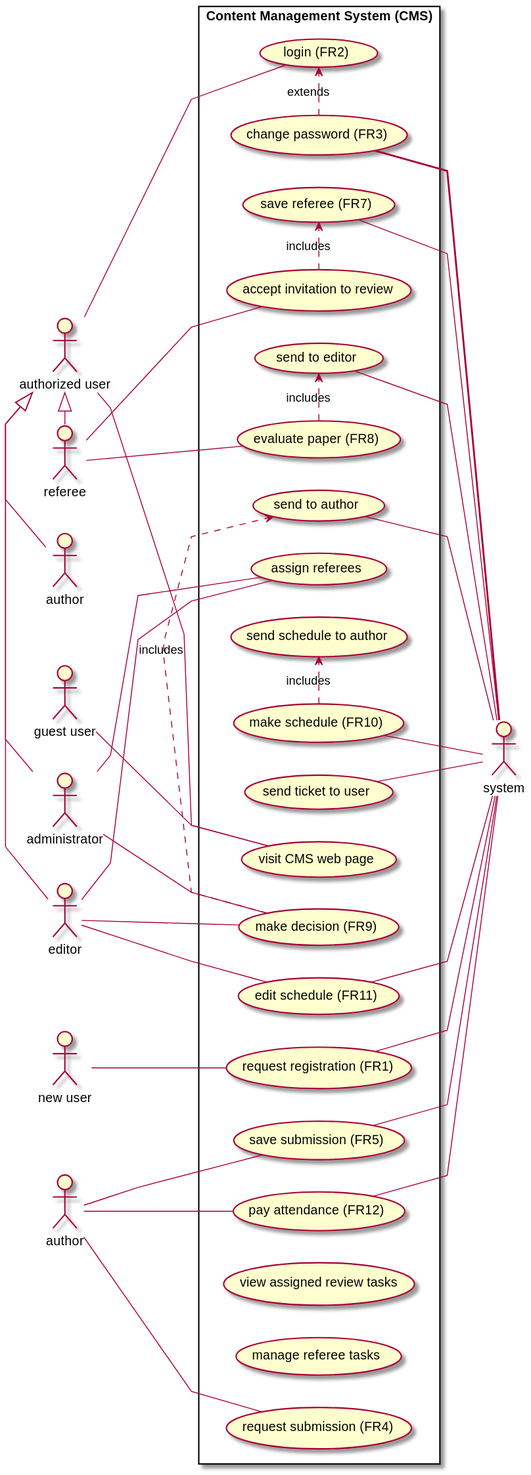
Above: lab/lab2/usecase.svg in Arunscape/ECE493 (PlantUML), before the change.
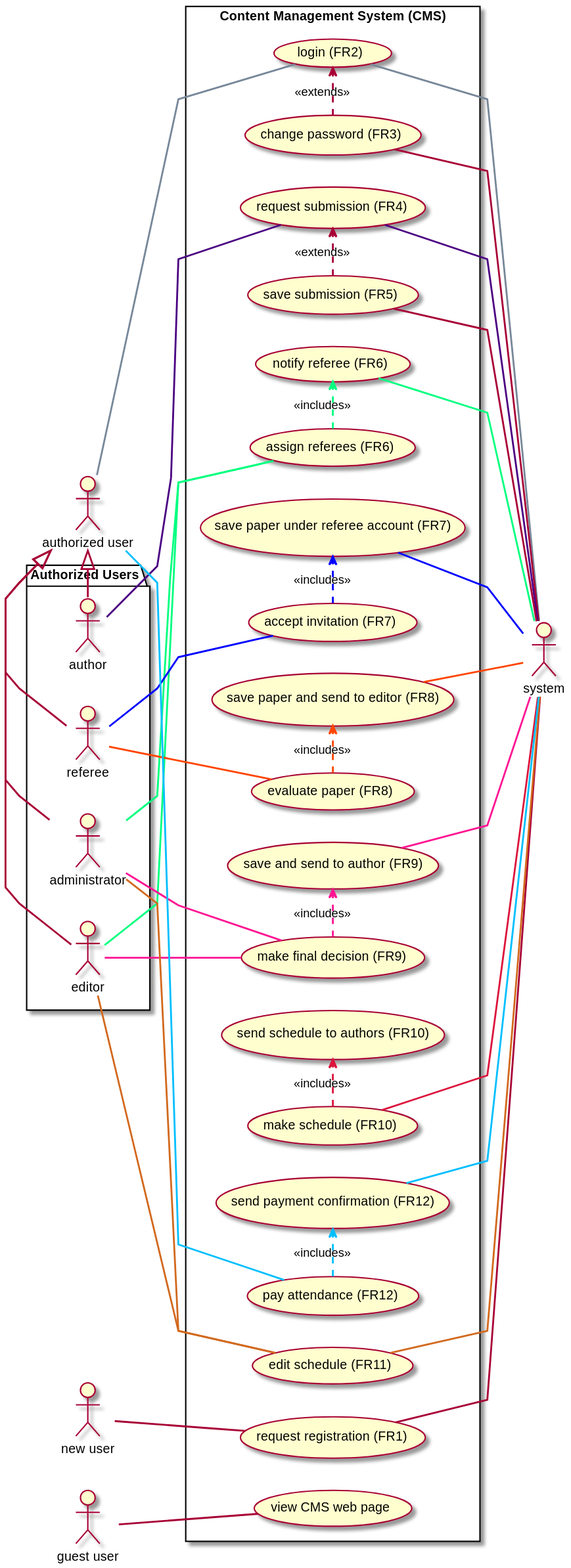
After the change.

Commit message:
I'm calling this use case diagram done

What changed in the source:
```diff
@@ -1,90 +1,109 @@
 @startuml
 left to right direction
 skinparam linetype  polyline
+skinparam arrowThickness 2
+
 actor "new user" as nu
 actor "authorized user" as auth
-actor administrator as ad
-actor editor as ed
-actor referee as ref
-actor author as au
+
+package "Authorized Users" {
+  actor administrator as ad
+  actor editor as ed
+  actor referee as ref
+  actor author as au
+  ad -left-|> auth
+  ed -left-|> auth
+  ref -left-|> auth
+  au -left-|> auth
+}
+
 actor system as sys
 
 
-ad -left-|> auth
-ed -left-|> auth
-ref -left-|> auth
-author -left-|> auth
 
 actor "guest user" as gu
 rectangle "Content Management System (CMS)" {
   usecase "request registration (FR1)" as rr
+
   usecase "login (FR2)" as login
+
   usecase "change password (FR3)" as cp
-  usecase "request submission (FR4)" as submit
+
+  usecase "request submission (FR4)" as requestsubmit
+
   usecase "save submission (FR5)" as ss
+
   usecase "assign referees (FR6)" as ar
-  usecase "save referee (FR7)" as sr
+  usecase "notify referee (FR6)" as notifyref
+
+  usecase "accept invitation (FR7)" as acceptin
+  usecase "save paper under referee account (FR7)" as saveref
+
   usecase "evaluate paper (FR8)" as ep
-  usecase "make decision (FR9)" as md
+  usecase "save paper and send to editor (FR8)" as sendeditor
+
+  usecase "make final decision (FR9)" as md
+  usecase "save and send to author (FR9)" as senddecauthor
+
   usecase "make schedule (FR10)" as ms
+  usecase "send schedule to authors (FR10)" as sendschedauth
+
   usecase "edit schedule (FR11)" as es
+
   usecase "pay attendance (FR12)" as pay
+  usecase "send payment confirmation (FR12)" as payconf
 
 
-  usecase "visit CMS web page" as v
-  usecase "view assigned review tasks" as vart
-  usecase "manage referee tasks" as manage
-  usecase "assign referees" as ar
-  usecase "accept invitation to review" as air
-  usecase "send to editor" as ste
-  usecase "send to author" as sta
-  usecase "send schedule to author" as ssta
-  usecase "send ticket to user" as st
+  usecase "view CMS web page" as viewpage
+
+
 }
 
 
 nu -- rr
 rr -- sys
 
-auth -- login
+auth -[#lightslategrey]- login
+login -[#lightslategrey]- sys
 
-cp .> login : extends
-cp -= sys
+cp .> login : <<extends>>
+cp -- sys
 
-au -- submit
+au -[#indigo]- requestsubmit
+requestsubmit -[#indigo]- sys
 
-au -- ss
+ss .> requestsubmit : <<extends>>
 ss -- sys
 
-ed -- ar
-ad -- ar
+ed -[#springgreen]- ar
+ad -[#springgreen]- ar
+ar .[#springgreen]> notifyref : <<includes>>
+notifyref -[#springgreen]- sys
 
-ref -- air
-air .> sr : includes
-sr -- sys
+ref -[#blue]- acceptin
+acceptin .[#blue]> saveref : <<includes>>
+saveref -[#blue]- sys
 
-ref -- ep
-ep .> ste : includes
-ste -- sys
+ref -[#orangered]- ep
+ep .[#orangered]> sendeditor : <<includes>>
+sendeditor -[#orangered]- sys
 
-ed -- md
-ad -- md
-md .> sta : includes
-sta -- sys
+ed -[#deeppink]- md
+ad -[#deeppink]- md
+md .[#deeppink]> senddecauthor : <<includes>>
+senddecauthor -[#deeppink]- sys
 
+ms -[#crimson]- sys
+ms .[#crimson]> sendschedauth : <<includes>>
 
-ms -- sys
-ms .> ssta : includes
+ed -[#chocolate]- es
+ad -[#chocolate]- es
+es -[#chocolate]- sys
 
-ed -- es
-es -- sys
+auth -[#deepskyblue]- pay
+pay .[#deepskyblue]> payconf : <<includes>>
+payconf -[#deepskyblue]- sys
 
-au -- pay
-pay -- sys
-sys -- st
-
-
-auth -- v
-gu -- v
+gu -- viewpage
 
 @enduml
```
